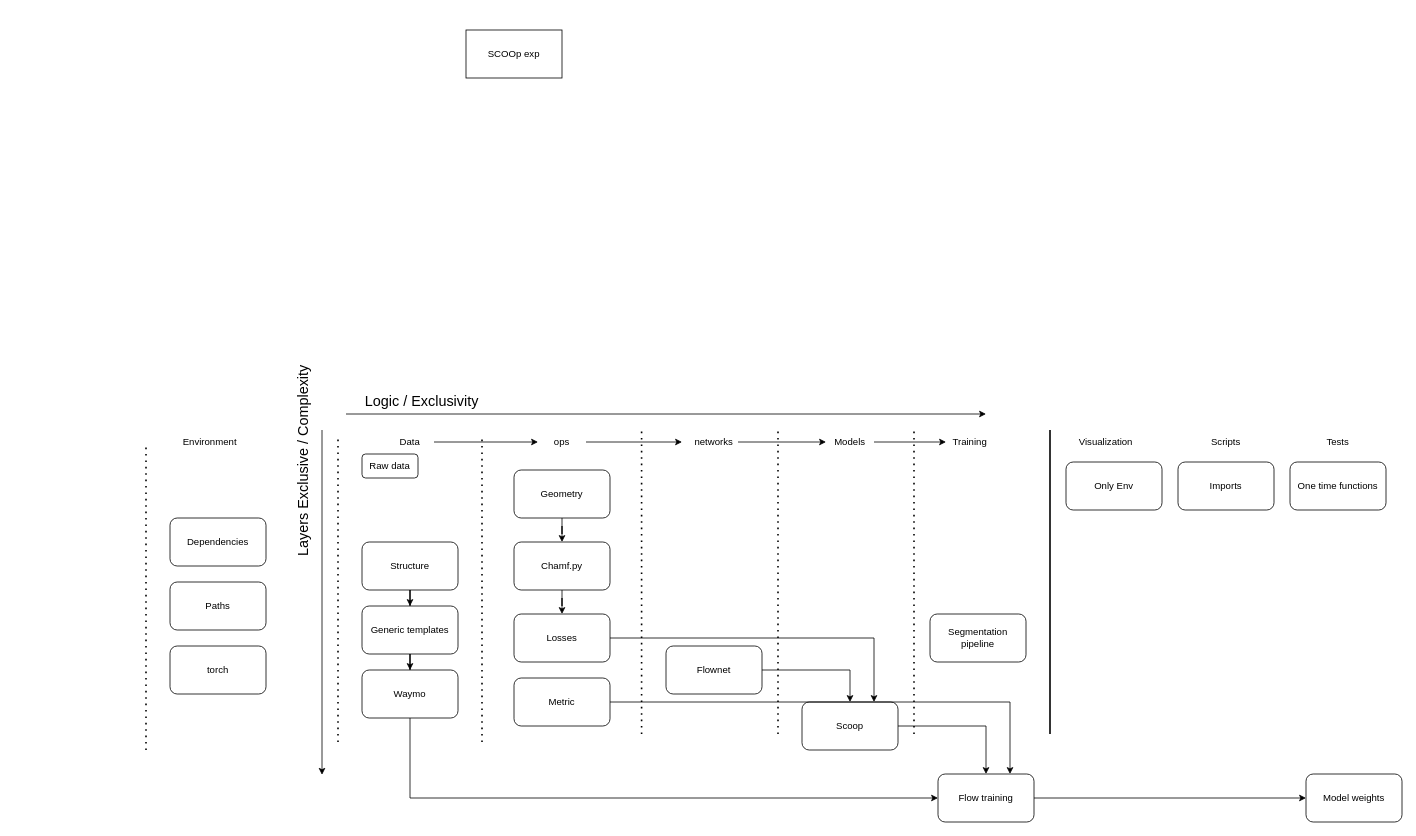
vacany/sac-flow keeps this draw.io diagram as drawio/code.drawio. Above is the earlier version. Source tidied: cells renumbered, new cells numbered last; positions are measured from the earlier drawing's top-left corner, leaving out a move shared by most shapes. Both pictures are drawn from the tidied source at 80%, with x=0, y=0 at pixel (146, 30).
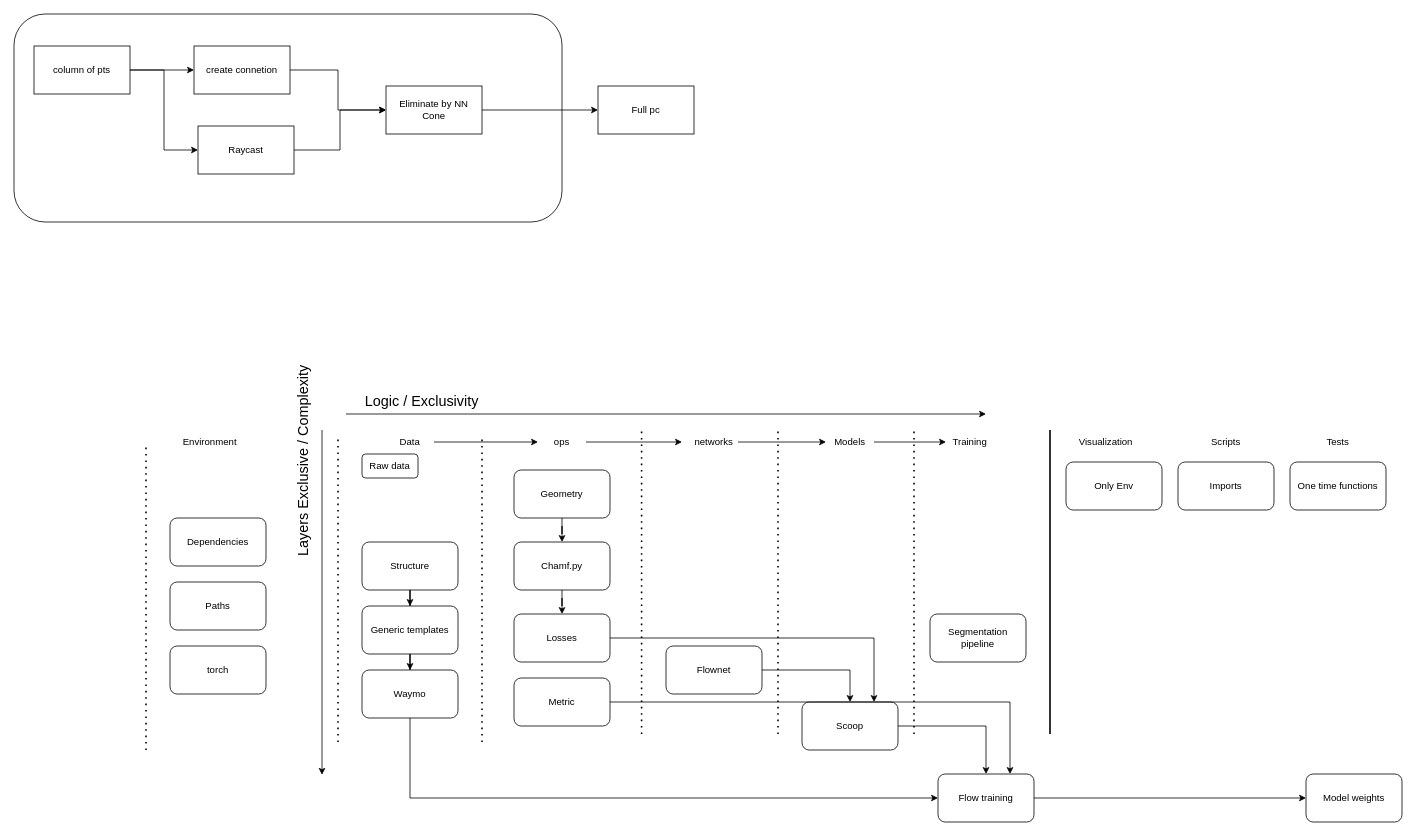
The same diagram, later.

Change to the diagram source:
```diff
@@
+    <mxCell id="56" style="rounded=1;whiteSpace=wrap;html=1;fillColor=none;" parent="1" vertex="1">
+      <mxGeometry x="-165" y="-20" width="685" height="260" as="geometry" />
+    </mxCell>
@@
+    <mxCell id="57" style="edgeStyle=orthogonalEdgeStyle;rounded=0;jettySize=auto;html=1;entryX=0;entryY=0.5;entryDx=0;entryDy=0;" parent="1" edge="1" source="54" target="59">
+      <mxGeometry relative="1" as="geometry" />
+    </mxCell>
-    <mxCell id="54" value="SCOOp exp" style="rounded=0;whiteSpace=wrap;html=1;" parent="1" vertex="1">
-      <mxGeometry x="400" width="120" height="60" as="geometry" />
+    <mxCell id="54" value="create connetion" style="rounded=0;whiteSpace=wrap;html=1;" parent="1" vertex="1">
+      <mxGeometry x="60" y="20" width="120" height="60" as="geometry" />
     </mxCell>
@@
+    <mxCell id="58" style="edgeStyle=orthogonalEdgeStyle;rounded=0;jettySize=auto;html=1;entryX=0;entryY=0.5;entryDx=0;entryDy=0;" parent="1" edge="1" source="59" target="65">
+      <mxGeometry relative="1" as="geometry" />
+    </mxCell>
+    <mxCell id="59" value="Eliminate by NN Cone" style="rounded=0;whiteSpace=wrap;html=1;" parent="1" vertex="1">
+      <mxGeometry x="300" y="70" width="120" height="60" as="geometry" />
+    </mxCell>
+    <mxCell id="60" style="edgeStyle=orthogonalEdgeStyle;rounded=0;jettySize=auto;html=1;entryX=0;entryY=0.5;entryDx=0;entryDy=0;" parent="1" edge="1" source="61" target="59">
+      <mxGeometry relative="1" as="geometry" />
+    </mxCell>
+    <mxCell id="61" value="Raycast" style="rounded=0;whiteSpace=wrap;html=1;" parent="1" vertex="1">
+      <mxGeometry x="65" y="120" width="120" height="60" as="geometry" />
+    </mxCell>
+    <mxCell id="62" style="edgeStyle=orthogonalEdgeStyle;rounded=0;jettySize=auto;html=1;entryX=0;entryY=0.5;entryDx=0;entryDy=0;" parent="1" edge="1" source="64" target="54">
+      <mxGeometry relative="1" as="geometry" />
+    </mxCell>
+    <mxCell id="63" style="edgeStyle=orthogonalEdgeStyle;rounded=0;jettySize=auto;html=1;entryX=0;entryY=0.5;entryDx=0;entryDy=0;" parent="1" edge="1" source="64" target="61">
+      <mxGeometry relative="1" as="geometry" />
+    </mxCell>
+    <mxCell id="64" value="column of pts" style="rounded=0;whiteSpace=wrap;html=1;" parent="1" vertex="1">
+      <mxGeometry x="-140" y="20" width="120" height="60" as="geometry" />
+    </mxCell>
+    <mxCell id="65" value="Full pc" style="rounded=0;whiteSpace=wrap;html=1;" parent="1" vertex="1">
+      <mxGeometry x="565" y="70" width="120" height="60" as="geometry" />
+    </mxCell>
```
